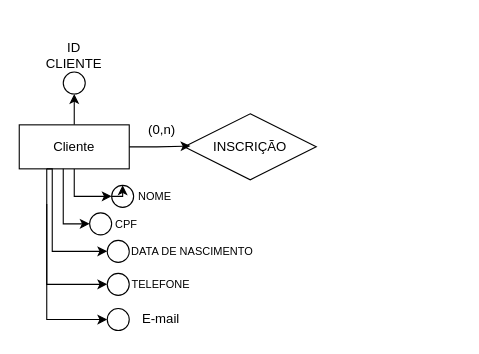
Above: my first der ou mer.drawio in Jubscleuso/Estudos-Coletivos (draw.io), before the change. Source tidied: cells renumbered, new cells numbered last; positions are measured from the earlier drawing's top-left corner, leaving out a move shared by most shapes. Both pictures are drawn from the tidied source at 110%, with x=0, y=0 at pixel (19, 38).
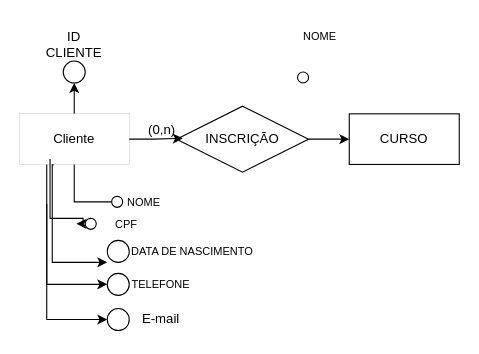
Above is the later version.

Unchanged cells that the change refers to:
```xml
<mxCell id="16" style="shape=ellipse;html=1;dashed=0;whiteSpace=wrap;perimeter=ellipsePerimeter;fillColor=light-dark(#FFFFFF,#F5F5F5);strokeColor=#000000;" parent="1" vertex="1">
  <mxGeometry x="80" y="183" width="20" height="20" as="geometry" />
</mxCell>
```

What changed in the source:
```diff
@@
-    <mxCell id="3" style="edgeStyle=orthogonalEdgeStyle;rounded=0;jettySize=auto;html=1;entryX=0;entryY=0.5;entryDx=0;entryDy=0;" parent="1" edge="1" source="4" target="8">
-      <mxGeometry relative="1" as="geometry" />
-    </mxCell>
-    <mxCell id="4" value="Cliente" style="whiteSpace=wrap;html=1;align=center;fillColor=light-dark(#FFFFFF,#D256FF);" parent="1" vertex="1">
-      <mxGeometry y="78" width="100" height="40" as="geometry" />
+    <mxCell id="4" value="&lt;div align=&quot;justify&quot;&gt;Cliente&lt;/div&gt;" style="whiteSpace=wrap;html=1;align=center;fillColor=light-dark(#FFFFFF,#FF33FF);strokeColor=light-dark(#000000,#000000);fillStyle=solid;gradientColor=none;strokeWidth=0;" parent="1" vertex="1">
+      <mxGeometry y="68" width="100" height="46" as="geometry" />
     </mxCell>
+    <mxCell id="25" style="edgeStyle=orthogonalEdgeStyle;rounded=0;jettySize=auto;html=1;exitX=1;exitY=0.5;exitDx=0;exitDy=0;entryX=0;entryY=0.5;entryDx=0;entryDy=0;" parent="1" edge="1" source="5" target="26">
+      <mxGeometry relative="1" as="geometry" />
+    </mxCell>
     <mxCell id="5" value="&lt;div&gt;INSCRIÇÃO&lt;/div&gt;" style="shape=rhombus;perimeter=rhombusPerimeter;whiteSpace=wrap;html=1;align=center;fillColor=light-dark(#FFFFFF,#F093FF);" parent="1" vertex="1">
-      <mxGeometry x="150" y="68" width="120" height="60" as="geometry" />
+      <mxGeometry x="143" y="61" width="120" height="60" as="geometry" />
     </mxCell>
     <mxCell id="6" value="&lt;div&gt;&lt;br/&gt;&lt;/div&gt;" style="ellipse;whiteSpace=wrap;html=1;shapeInside=1;fillColor=light-dark(#FFFFFF,#090F17);direction=south;" parent="1" vertex="1">
-      <mxGeometry x="40" y="30" width="20" height="20" as="geometry" />
+      <mxGeometry x="40" y="20" width="20" height="20" as="geometry" />
     </mxCell>
     <mxCell id="7" value="&lt;div&gt;ID CLIENTE&lt;/div&gt;" style="text;html=1;whiteSpace=wrap;strokeColor=none;fillColor=none;align=center;verticalAlign=middle;rounded=0;" parent="1" vertex="1">
-      <mxGeometry x="20" width="60" height="30" as="geometry" />
+      <mxGeometry x="20" y="-10" width="60" height="30" as="geometry" />
     </mxCell>
-    <mxCell id="8" style="shape=ellipse;html=1;dashed=0;whiteSpace=wrap;perimeter=ellipsePerimeter;fillColor=light-dark(#FFFFFF,#F5F5F5);strokeColor=#000000;" parent="1" vertex="1">
-      <mxGeometry x="84" y="133" width="20" height="20" as="geometry" />
-    </mxCell>
-    <mxCell id="9" style="edgeStyle=orthogonalEdgeStyle;rounded=0;orthogonalLoop=1;jettySize=auto;html=1;innerLoopWaypoints=1;exitX=0;exitY=0.5;exitDx=0;exitDy=0;entryX=0.5;entryY=0;entryDx=0;entryDy=0;" parent="1" edge="1" source="8" target="8">
-      <mxGeometry relative="1" as="geometry" />
-    </mxCell>
     <mxCell id="10" value="&lt;div&gt;&lt;font style=&quot;font-size: 10px;&quot;&gt;NOME&lt;/font&gt;&lt;/div&gt;" style="text;html=1;whiteSpace=wrap;strokeColor=none;fillColor=none;align=center;verticalAlign=middle;rounded=0;" parent="1" vertex="1">
-      <mxGeometry x="104" y="128" width="39" height="30" as="geometry" />
+      <mxGeometry x="94" y="133" width="39" height="30" as="geometry" />
     </mxCell>
@@
-    <mxCell id="13" style="shape=ellipse;html=1;dashed=0;whiteSpace=wrap;perimeter=ellipsePerimeter;fillColor=light-dark(#FFFFFF,#F5F5F5);strokeColor=#000000;" parent="1" vertex="1">
-      <mxGeometry x="64" y="158" width="20" height="20" as="geometry" />
+    <mxCell id="13" style="shape=ellipse;html=1;whiteSpace=wrap;perimeter=ellipsePerimeter;fillColor=none;align=center;verticalAlign=top;fontFamily=Helvetica;fontSize=12;fontColor=default;gradientColor=none;" parent="1" vertex="1">
+      <mxGeometry x="60" y="163" width="10" height="10" as="geometry" />
     </mxCell>
@@
-    <mxCell id="15" style="edgeStyle=orthogonalEdgeStyle;rounded=0;jettySize=auto;html=1;entryX=0;entryY=0.5;entryDx=0;entryDy=0;" parent="1" edge="1" source="4" target="13">
+    <mxCell id="15" style="edgeStyle=orthogonalEdgeStyle;rounded=0;orthogonalLoop=1;jettySize=auto;html=1;entryX=0;entryY=0.5;entryDx=0;entryDy=0;" parent="1" edge="1">
       <mxGeometry relative="1" as="geometry">
+        <mxPoint x="28" y="109" as="sourcePoint" />
+        <mxPoint x="52" y="168" as="targetPoint" />
         <Array as="points">
-          <mxPoint x="40" y="168" />
+          <mxPoint x="28" y="163" />
+          <mxPoint x="58" y="163" />
+          <mxPoint x="58" y="168" />
         </Array>
       </mxGeometry>
     </mxCell>
@@
-    <mxCell id="17" style="edgeStyle=orthogonalEdgeStyle;rounded=0;jettySize=auto;html=1;entryX=0;entryY=0.5;entryDx=0;entryDy=0;exitX=0.25;exitY=1;exitDx=0;exitDy=0;" parent="1" edge="1" source="4" target="16">
+    <mxCell id="17" style="edgeStyle=orthogonalEdgeStyle;rounded=0;jettySize=auto;html=1;entryX=0;entryY=0.5;entryDx=0;entryDy=0;exitX=0.312;exitY=1.009;exitDx=0;exitDy=0;exitPerimeter=0;" parent="1" edge="1" source="4">
       <mxGeometry relative="1" as="geometry">
+        <mxPoint x="80" y="203" as="targetPoint" />
         <Array as="points">
-          <mxPoint x="30" y="118" />
-          <mxPoint x="30" y="193" />
+          <mxPoint x="30" y="114.4" />
+          <mxPoint x="30" y="203" />
         </Array>
       </mxGeometry>
     </mxCell>
@@
+    <mxCell id="26" value="CURSO" style="whiteSpace=wrap;html=1;align=center;fillColor=light-dark(#FFFFFF,#D256FF);" parent="1" vertex="1">
+      <mxGeometry x="300" y="68" width="100" height="46" as="geometry" />
+    </mxCell>
+    <mxCell id="27" value="&lt;div&gt;&lt;font style=&quot;font-size: 10px;&quot;&gt;NOME&lt;/font&gt;&lt;/div&gt;" style="text;html=1;whiteSpace=wrap;strokeColor=none;fillColor=none;align=center;verticalAlign=middle;rounded=0;" parent="1" vertex="1">
+      <mxGeometry x="254" y="-18" width="39" height="30" as="geometry" />
+    </mxCell>
+    <mxCell id="28" style="shape=ellipse;html=1;dashed=0;whiteSpace=wrap;perimeter=ellipsePerimeter;fillColor=light-dark(#FFFFFF,#F5F5F5);strokeColor=#000000;" parent="1" vertex="1">
+      <mxGeometry x="253" y="30" width="10" height="10" as="geometry" />
+    </mxCell>
+    <mxCell id="29" style="group;" parent="1" vertex="1">
+      <mxGeometry x="84" y="143" width="10" height="10" as="geometry" />
+    </mxCell>
+    <mxCell id="3" style="edgeStyle=orthogonalEdgeStyle;rounded=0;jettySize=auto;html=1;entryX=0;entryY=0.5;entryDx=0;entryDy=0;endArrow=none;endFill=0;startArrow=none;startFill=0;curved=0;strokeColor=light-dark(#000000,#000000);strokeWidth=1;startSize=0;endSize=0;" parent="29" edge="1" source="4" target="8">
+      <mxGeometry relative="1" as="geometry" />
+    </mxCell>
+    <mxCell id="8" style="shape=ellipse;html=1;dashed=0;whiteSpace=wrap;perimeter=ellipsePerimeter;fillColor=light-dark(#FFFFFF,#F5F5F5);strokeColor=light-dark(#000000,#000000);" parent="29" vertex="1">
+      <mxGeometry width="10" height="10" as="geometry" />
+    </mxCell>
```
